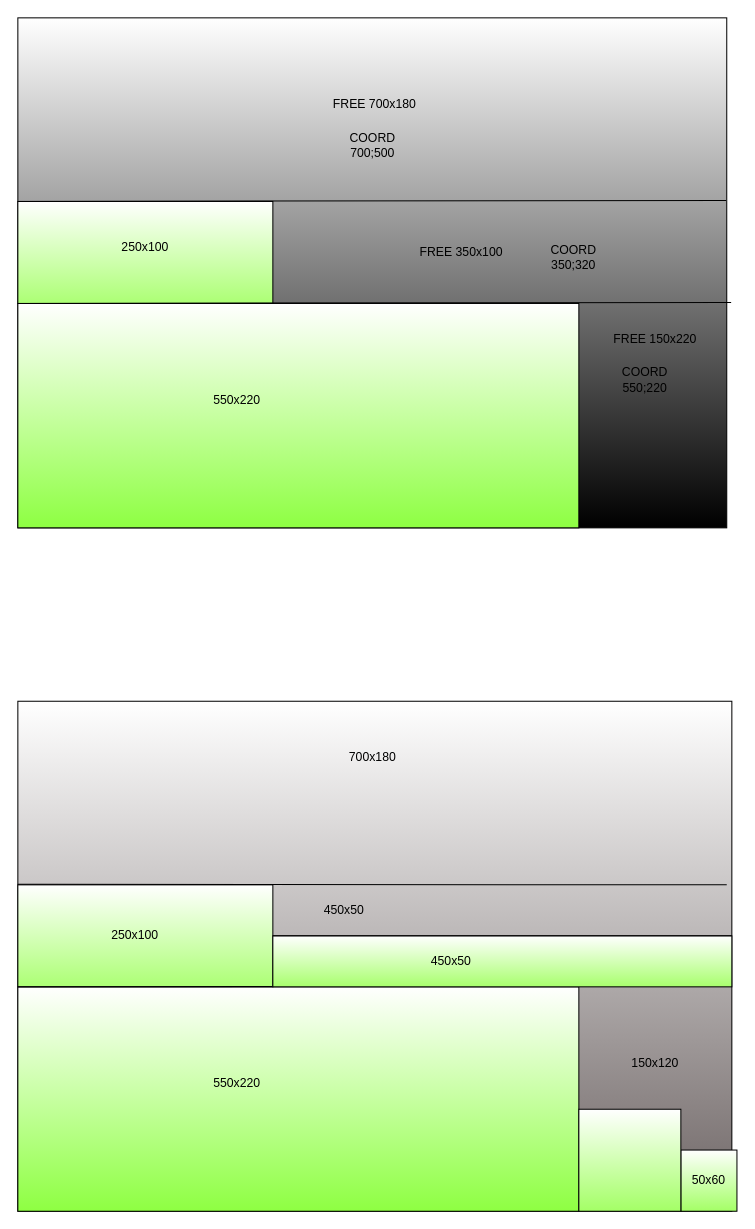
Above: Visual.drawio in balanyaroslaw/guillotine_binpack (draw.io), before the change. Source tidied: cells renumbered, new cells numbered last; positions are measured from the earlier drawing's top-left corner, leaving out a move shared by most shapes. Both pictures are drawn from the tidied source at 102%, with x=0, y=0 at pixel (17, 17).
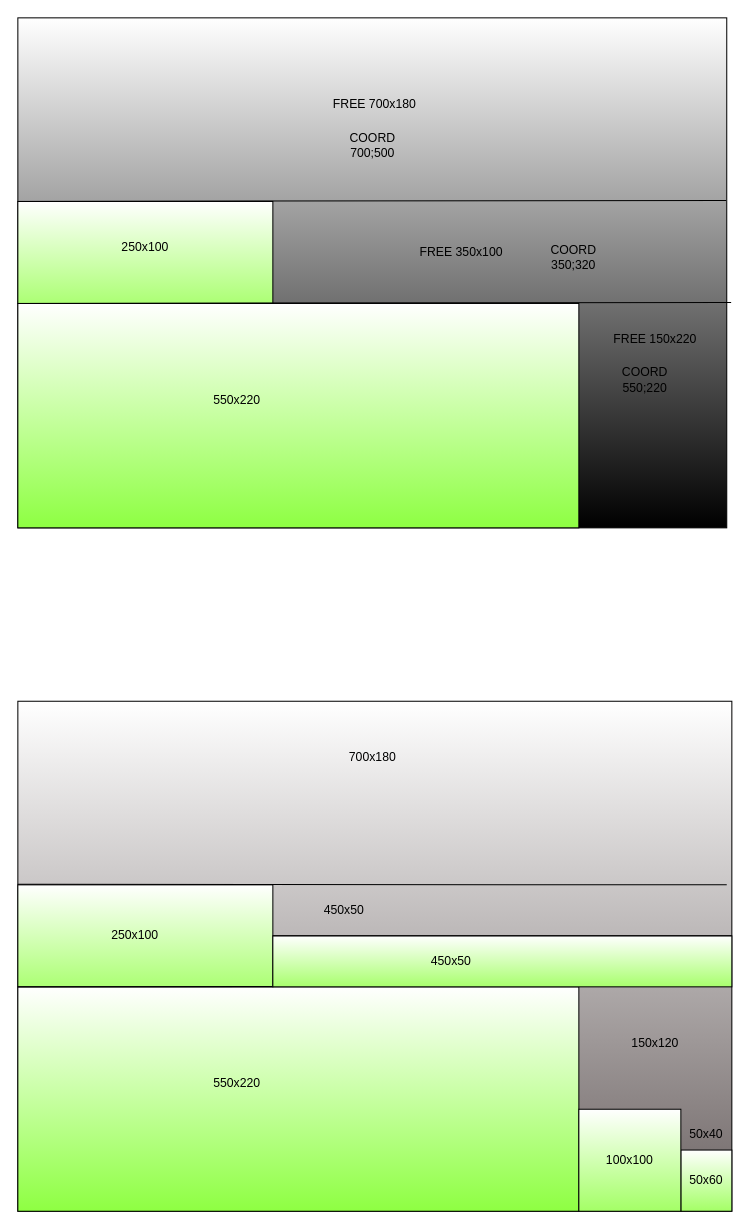
The same diagram, later.

Change to the diagram source:
```diff
@@
     <mxCell id="21" value="150x120" style="text;html=1;strokeColor=none;fillColor=none;align=center;verticalAlign=middle;whiteSpace=wrap;rounded=0;" parent="1" vertex="1">
-      <mxGeometry x="575" y="1010" width="100" height="30" as="geometry" />
+      <mxGeometry x="575" y="990" width="100" height="30" as="geometry" />
     </mxCell>
@@
     <mxCell id="28" value="50x60" style="rounded=0;whiteSpace=wrap;html=1;gradientColor=#a4ff66;" parent="1" vertex="1">
-      <mxGeometry x="650" y="1110" width="55" height="60" as="geometry" />
+      <mxGeometry x="650" y="1110" width="50" height="60" as="geometry" />
     </mxCell>
-    <mxCell id="29" style="rounded=0;whiteSpace=wrap;html=1;gradientColor=#a4ff66;" parent="1" vertex="1">
+    <mxCell id="29" value="100x100" style="rounded=0;whiteSpace=wrap;html=1;gradientColor=#a4ff66;" parent="1" vertex="1">
       <mxGeometry x="550" y="1070" width="100" height="100" as="geometry" />
     </mxCell>
+    <mxCell id="30" value="50x40" style="text;html=1;strokeColor=none;fillColor=none;align=center;verticalAlign=middle;whiteSpace=wrap;rounded=0;" parent="1" vertex="1">
+      <mxGeometry x="645" y="1080" width="60" height="30" as="geometry" />
+    </mxCell>
```
